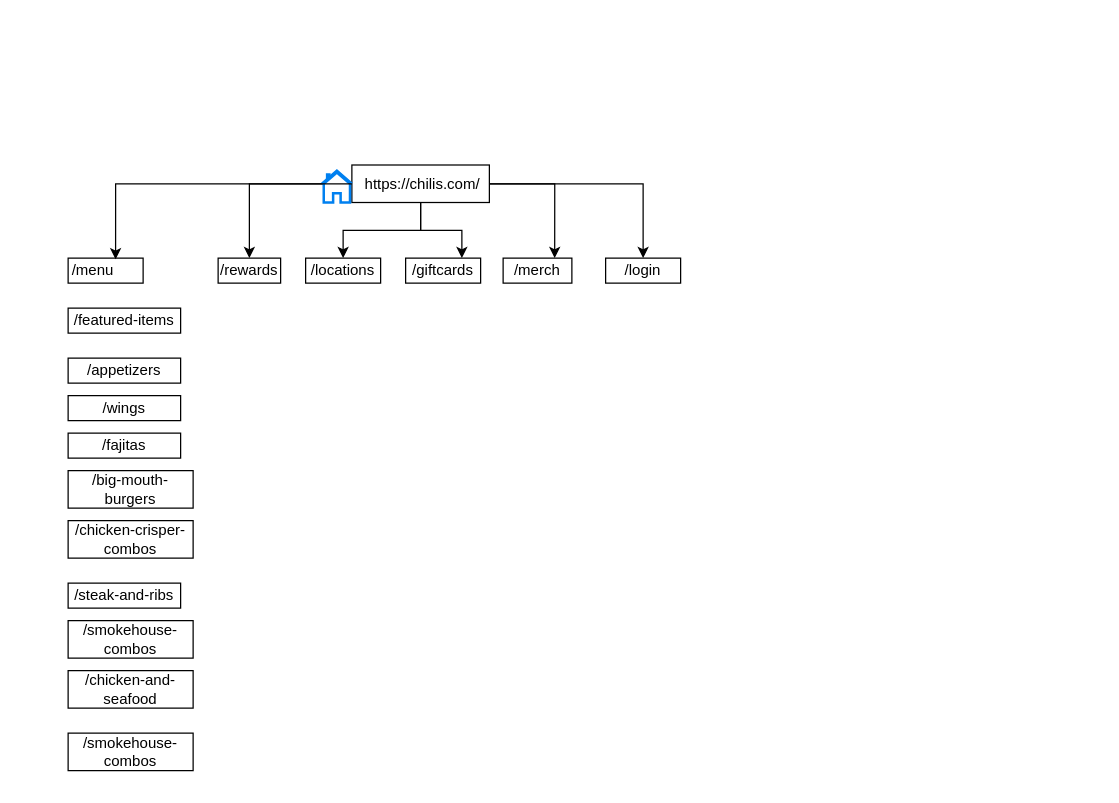
Before: page "McDonald's" (1 of 2) of Chilisitemap.drawio in Pao099/AWS, a draw.io diagram. Source tidied: cells renumbered, new cells numbered last; positions are measured from the earlier drawing's top-left corner, leaving out a move shared by most shapes. Both pictures are drawn from the tidied source at 125%, with x=0, y=0 at pixel (68, 165). Pictures stored in the file or linked from it are replaced by grey dashed boxes.
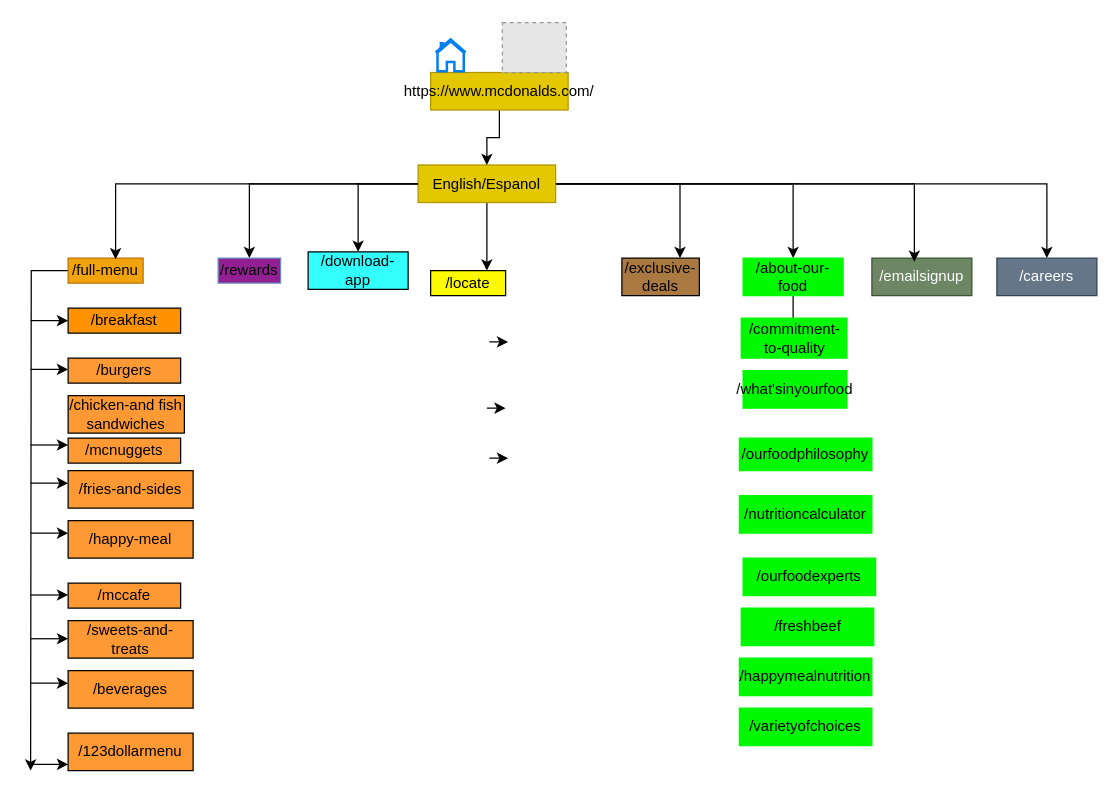
The same page after the edit.

Diff of the diagram source:
```diff
@@
+    <mxCell id="26" style="edgeStyle=orthogonalEdgeStyle;rounded=0;jettySize=auto;html=1;entryX=0.5;entryY=0;entryDx=0;entryDy=0;" parent="1" edge="1" source="7" target="55">
+      <mxGeometry relative="1" as="geometry" />
+    </mxCell>
-    <mxCell id="7" value="&amp;nbsp;https://chilis.com/" style="rounded=0;whiteSpace=wrap;html=1;" parent="1" vertex="1">
-      <mxGeometry x="227" y="-0.5" width="110" height="30" as="geometry" />
+    <mxCell id="7" value="English/Espanol" style="rounded=0;whiteSpace=wrap;html=1;fillColor=#e3c800;fontColor=#000000;strokeColor=#B09500;" parent="1" vertex="1">
+      <mxGeometry x="280" y="-0.5" width="110" height="30" as="geometry" />
     </mxCell>
+    <mxCell id="27" style="edgeStyle=orthogonalEdgeStyle;rounded=0;jettySize=auto;html=1;" parent="1" edge="1" source="8" target="31">
+      <mxGeometry relative="1" as="geometry" />
+    </mxCell>
-    <mxCell id="8" value="/login" style="rounded=0;whiteSpace=wrap;html=1;" parent="1" vertex="1">
-      <mxGeometry x="430" y="74" width="60" height="20" as="geometry" />
+    <mxCell id="8" value="/about-our-food" style="rounded=0;whiteSpace=wrap;html=1;fillColor=#00f900;strokeColor=#00f900;" parent="1" vertex="1">
+      <mxGeometry x="540" y="74" width="80" height="30" as="geometry" />
     </mxCell>
-    <mxCell id="9" value="/merch" style="rounded=0;whiteSpace=wrap;html=1;" parent="1" vertex="1">
-      <mxGeometry x="348" y="74" width="55" height="20" as="geometry" />
+    <mxCell id="9" value="/exclusive-deals" style="rounded=0;whiteSpace=wrap;html=1;fillColor=#aa7941;" parent="1" vertex="1">
+      <mxGeometry x="443" y="74" width="62" height="30" as="geometry" />
     </mxCell>
-    <mxCell id="10" value="/giftcards" style="rounded=0;whiteSpace=wrap;html=1;" parent="1" vertex="1">
-      <mxGeometry x="270" y="74" width="60" height="20" as="geometry" />
+    <mxCell id="10" value="/locate" style="rounded=0;whiteSpace=wrap;html=1;fillColor=#fefb00;" parent="1" vertex="1">
+      <mxGeometry x="290" y="84" width="60" height="20" as="geometry" />
     </mxCell>
-    <mxCell id="11" value="/locations" style="rounded=0;whiteSpace=wrap;html=1;" parent="1" vertex="1">
-      <mxGeometry x="190" y="74" width="60" height="20" as="geometry" />
+    <mxCell id="11" value="/download-app" style="rounded=0;whiteSpace=wrap;html=1;fillColor=#33FFFF;" parent="1" vertex="1">
+      <mxGeometry x="192" y="69" width="80" height="30" as="geometry" />
     </mxCell>
-    <mxCell id="12" value="/rewards" style="rounded=0;whiteSpace=wrap;html=1;" parent="1" vertex="1">
+    <mxCell id="12" value="/rewards" style="rounded=0;whiteSpace=wrap;html=1;fillColor=#932092;strokeColor=#6c8ebf;" parent="1" vertex="1">
       <mxGeometry x="120" y="74" width="50" height="20" as="geometry" />
     </mxCell>
+    <mxCell id="28" style="edgeStyle=orthogonalEdgeStyle;rounded=0;jettySize=auto;html=1;" parent="1" edge="1" source="13">
+      <mxGeometry relative="1" as="geometry">
+        <mxPoint x="-30" y="484" as="targetPoint" />
+      </mxGeometry>
+    </mxCell>
-    <mxCell id="13" value="/menu&lt;span style=&quot;white-space: pre;&quot;&gt;&#9;&lt;/span&gt;" style="rounded=0;whiteSpace=wrap;html=1;" parent="1" vertex="1">
+    <mxCell id="13" value="/full-menu" style="rounded=0;whiteSpace=wrap;html=1;fillColor=#f0a30a;fontColor=#000000;strokeColor=#BD7000;" parent="1" vertex="1">
       <mxGeometry y="74" width="60" height="20" as="geometry" />
     </mxCell>
-    <mxCell id="14" value="/featured-items" style="rounded=0;whiteSpace=wrap;html=1;" parent="1" vertex="1">
+    <mxCell id="14" value="/breakfast" style="rounded=0;whiteSpace=wrap;html=1;fillColor=#ff9200;" parent="1" vertex="1">
       <mxGeometry y="114" width="90" height="20" as="geometry" />
     </mxCell>
-    <mxCell id="15" style="html=1;verticalLabelPosition=bottom;align=center;labelBackgroundColor=#ffffff;verticalAlign=top;strokeWidth=2;strokeColor=#0080F0;shadow=0;dashed=0;shape=mxgraph.ios7.icons.home;" parent="1" vertex="1">
-      <mxGeometry x="203" y="4" width="24" height="25.5" as="geometry" />
-    </mxCell>
-    <mxCell id="16" value="/fajitas" style="rounded=0;whiteSpace=wrap;html=1;" parent="1" vertex="1">
-      <mxGeometry y="214" width="90" height="20" as="geometry" />
+    <mxCell id="16" value="/mcnuggets" style="rounded=0;whiteSpace=wrap;html=1;fillColor=#FF9933;" parent="1" vertex="1">
+      <mxGeometry y="218" width="90" height="20" as="geometry" />
     </mxCell>
-    <mxCell id="17" value="/appetizers" style="rounded=0;whiteSpace=wrap;html=1;" parent="1" vertex="1">
+    <mxCell id="17" value="/burgers" style="rounded=0;whiteSpace=wrap;html=1;fillColor=#FF9933;" parent="1" vertex="1">
       <mxGeometry y="154" width="90" height="20" as="geometry" />
     </mxCell>
-    <mxCell id="18" value="/wings" style="rounded=0;whiteSpace=wrap;html=1;" parent="1" vertex="1">
-      <mxGeometry y="184" width="90" height="20" as="geometry" />
+    <mxCell id="18" value="/chicken-and fish sandwiches" style="rounded=0;whiteSpace=wrap;html=1;fillColor=#FF9933;" parent="1" vertex="1">
+      <mxGeometry y="184" width="93" height="30" as="geometry" />
     </mxCell>
-    <mxCell id="19" value="/smokehouse-combos" style="rounded=0;whiteSpace=wrap;html=1;" parent="1" vertex="1">
+    <mxCell id="19" value="/sweets-and-treats" style="rounded=0;whiteSpace=wrap;html=1;fillColor=#FF9933;" parent="1" vertex="1">
       <mxGeometry y="364" width="100" height="30" as="geometry" />
     </mxCell>
-    <mxCell id="20" value="/big-mouth-burgers" style="rounded=0;whiteSpace=wrap;html=1;" parent="1" vertex="1">
+    <mxCell id="20" value="/fries-and-sides" style="rounded=0;whiteSpace=wrap;html=1;fillColor=#FF9933;" parent="1" vertex="1">
       <mxGeometry y="244" width="100" height="30" as="geometry" />
     </mxCell>
-    <mxCell id="21" value="/steak-and-ribs" style="rounded=0;whiteSpace=wrap;html=1;" parent="1" vertex="1">
+    <mxCell id="21" value="/mccafe" style="rounded=0;whiteSpace=wrap;html=1;fillColor=#FF9933;" parent="1" vertex="1">
       <mxGeometry y="334" width="90" height="20" as="geometry" />
     </mxCell>
-    <mxCell id="22" value="/chicken-crisper-combos" style="rounded=0;whiteSpace=wrap;html=1;" parent="1" vertex="1">
+    <mxCell id="22" value="/happy-meal" style="rounded=0;whiteSpace=wrap;html=1;fillColor=#FF9933;" parent="1" vertex="1">
       <mxGeometry y="284" width="100" height="30" as="geometry" />
     </mxCell>
-    <mxCell id="23" value="/chicken-and-seafood" style="rounded=0;whiteSpace=wrap;html=1;" parent="1" vertex="1">
+    <mxCell id="23" value="/beverages" style="rounded=0;whiteSpace=wrap;html=1;fillColor=#FF9933;" parent="1" vertex="1">
       <mxGeometry y="404" width="100" height="30" as="geometry" />
     </mxCell>
-    <mxCell id="24" value="/smokehouse-combos" style="rounded=0;whiteSpace=wrap;html=1;" parent="1" vertex="1">
+    <mxCell id="24" value="/123dollarmenu" style="rounded=0;whiteSpace=wrap;html=1;fillColor=#FF9933;" parent="1" vertex="1">
       <mxGeometry y="454" width="100" height="30" as="geometry" />
     </mxCell>
@@
+    <mxCell id="29" style="edgeStyle=orthogonalEdgeStyle;rounded=0;orthogonalLoop=1;jettySize=auto;html=1;exitX=0.5;exitY=1;exitDx=0;exitDy=0;" parent="1" edge="1">
+      <mxGeometry relative="1" as="geometry">
+        <mxPoint x="158.5" y="174" as="sourcePoint" />
+        <mxPoint x="158.5" y="174" as="targetPoint" />
+      </mxGeometry>
+    </mxCell>
+    <mxCell id="30" value="/what'sinyourfood" style="whiteSpace=wrap;html=1;strokeColor=#00f900;fillColor=#00f900;" parent="1" vertex="1">
+      <mxGeometry x="540" y="164" width="83" height="30" as="geometry" />
+    </mxCell>
+    <mxCell id="31" value="/commitment-to-quality" style="whiteSpace=wrap;html=1;strokeColor=#00f900;fillColor=#00f900;" parent="1" vertex="1">
+      <mxGeometry x="538.5" y="122" width="84.5" height="32" as="geometry" />
+    </mxCell>
+    <mxCell id="32" style="endArrow=classic;html=1;rounded=0;" parent="1" edge="1">
+      <mxGeometry relative="1" as="geometry">
+        <mxPoint x="-30" y="124" as="sourcePoint" />
+        <mxPoint y="124" as="targetPoint" />
+      </mxGeometry>
+    </mxCell>
+    <mxCell id="33" style="endArrow=classic;html=1;rounded=0;" parent="1" edge="1">
+      <mxGeometry relative="1" as="geometry">
+        <mxPoint x="-30" y="163" as="sourcePoint" />
+        <mxPoint y="163" as="targetPoint" />
+      </mxGeometry>
+    </mxCell>
+    <mxCell id="34" style="endArrow=classic;html=1;rounded=0;" parent="1" edge="1">
+      <mxGeometry relative="1" as="geometry">
+        <mxPoint x="-30" y="223.5" as="sourcePoint" />
+        <mxPoint y="223.5" as="targetPoint" />
+      </mxGeometry>
+    </mxCell>
+    <mxCell id="35" style="endArrow=classic;html=1;rounded=0;" parent="1" edge="1">
+      <mxGeometry relative="1" as="geometry">
+        <mxPoint x="-30" y="254" as="sourcePoint" />
+        <mxPoint y="254" as="targetPoint" />
+      </mxGeometry>
+    </mxCell>
+    <mxCell id="36" style="endArrow=classic;html=1;rounded=0;" parent="1" edge="1">
+      <mxGeometry relative="1" as="geometry">
+        <mxPoint x="-30" y="294" as="sourcePoint" />
+        <mxPoint y="294" as="targetPoint" />
+      </mxGeometry>
+    </mxCell>
+    <mxCell id="37" style="endArrow=classic;html=1;rounded=0;" parent="1" edge="1">
+      <mxGeometry relative="1" as="geometry">
+        <mxPoint x="-30" y="343.5" as="sourcePoint" />
+        <mxPoint y="343.5" as="targetPoint" />
+      </mxGeometry>
+    </mxCell>
+    <mxCell id="38" style="endArrow=classic;html=1;rounded=0;" parent="1" edge="1">
+      <mxGeometry relative="1" as="geometry">
+        <mxPoint x="-30" y="414" as="sourcePoint" />
+        <mxPoint y="414" as="targetPoint" />
+      </mxGeometry>
+    </mxCell>
+    <mxCell id="39" style="endArrow=classic;html=1;rounded=0;" parent="1" edge="1">
+      <mxGeometry relative="1" as="geometry">
+        <mxPoint x="-30" y="378.5" as="sourcePoint" />
+        <mxPoint y="378.5" as="targetPoint" />
+      </mxGeometry>
+    </mxCell>
+    <mxCell id="40" style="endArrow=classic;html=1;rounded=0;" parent="1" edge="1">
+      <mxGeometry relative="1" as="geometry">
+        <mxPoint x="-30" y="479" as="sourcePoint" />
+        <mxPoint y="479" as="targetPoint" />
+      </mxGeometry>
+    </mxCell>
+    <mxCell id="41" style="endArrow=classic;html=1;rounded=0;" parent="1" edge="1">
+      <mxGeometry relative="1" as="geometry">
+        <mxPoint x="337" y="141" as="sourcePoint" />
+        <mxPoint x="352" y="141" as="targetPoint" />
+      </mxGeometry>
+    </mxCell>
+    <mxCell id="42" style="endArrow=classic;html=1;rounded=0;" parent="1" edge="1">
+      <mxGeometry relative="1" as="geometry">
+        <mxPoint x="335" y="194" as="sourcePoint" />
+        <mxPoint x="350" y="194" as="targetPoint" />
+      </mxGeometry>
+    </mxCell>
+    <mxCell id="43" style="endArrow=classic;html=1;rounded=0;" parent="1" edge="1">
+      <mxGeometry relative="1" as="geometry">
+        <mxPoint x="337" y="234" as="sourcePoint" />
+        <mxPoint x="352" y="234" as="targetPoint" />
+      </mxGeometry>
+    </mxCell>
+    <mxCell id="44" value="/nutritioncalculator" style="whiteSpace=wrap;html=1;strokeColor=#00f900;fillColor=#00f900;" parent="1" vertex="1">
+      <mxGeometry x="537" y="264" width="106" height="30" as="geometry" />
+    </mxCell>
+    <mxCell id="45" value="/ourfoodphilosophy" style="whiteSpace=wrap;html=1;strokeColor=#00f900;fillColor=#00f900;" parent="1" vertex="1">
+      <mxGeometry x="537" y="218" width="106" height="26" as="geometry" />
+    </mxCell>
+    <mxCell id="46" value="/freshbeef" style="whiteSpace=wrap;html=1;strokeColor=#00f900;fillColor=#00f900;" parent="1" vertex="1">
+      <mxGeometry x="538.5" y="354" width="106" height="30" as="geometry" />
+    </mxCell>
+    <mxCell id="47" value="/ourfoodexperts" style="whiteSpace=wrap;html=1;strokeColor=#00f900;fillColor=#00f900;" parent="1" vertex="1">
+      <mxGeometry x="540" y="314" width="106" height="30" as="geometry" />
+    </mxCell>
+    <mxCell id="48" value="/happymealnutrition" style="whiteSpace=wrap;html=1;strokeColor=#00f900;fillColor=#00f900;" parent="1" vertex="1">
+      <mxGeometry x="537" y="394" width="106" height="30" as="geometry" />
+    </mxCell>
+    <mxCell id="49" value="/varietyofchoices" style="whiteSpace=wrap;html=1;strokeColor=#00f900;fillColor=#00f900;" parent="1" vertex="1">
+      <mxGeometry x="537" y="434" width="106" height="30" as="geometry" />
+    </mxCell>
+    <mxCell id="50" style="edgeStyle=orthogonalEdgeStyle;rounded=0;jettySize=auto;html=1;" parent="1" edge="1" source="51" target="7">
+      <mxGeometry relative="1" as="geometry" />
+    </mxCell>
+    <mxCell id="51" value="https://www.mcdonalds.com/" style="rounded=0;whiteSpace=wrap;html=1;fillColor=#e3c800;fontColor=#000000;strokeColor=#B09500;" parent="1" vertex="1">
+      <mxGeometry x="290" y="-74.5" width="110" height="30" as="geometry" />
+    </mxCell>
+    <mxCell id="52" style="html=1;verticalLabelPosition=bottom;align=center;labelBackgroundColor=#ffffff;verticalAlign=top;strokeWidth=2;strokeColor=#0080F0;shadow=0;dashed=0;shape=mxgraph.ios7.icons.home;" parent="1" vertex="1">
+      <mxGeometry x="294" y="-101" width="24" height="25.5" as="geometry" />
+    </mxCell>
+    <mxCell id="53" style="fillColor=#E6E6E6;strokeColor=#999999;dashed=1;verticalLabelPosition=bottom;labelBackgroundColor=default;verticalAlign=top;" parent="1" vertex="1">
+      <mxGeometry x="347.4" y="-114.5" width="51.2" height="40" as="geometry" />
+    </mxCell>
+    <mxCell id="54" value="/emailsignup" style="rounded=0;whiteSpace=wrap;html=1;fillColor=#6d8764;strokeColor=#3A5431;fontColor=#ffffff;" parent="1" vertex="1">
+      <mxGeometry x="643" y="74" width="80" height="30" as="geometry" />
+    </mxCell>
+    <mxCell id="55" value="/careers" style="rounded=0;whiteSpace=wrap;html=1;fillColor=#647687;strokeColor=#314354;fontColor=#ffffff;" parent="1" vertex="1">
+      <mxGeometry x="743" y="74" width="80" height="30" as="geometry" />
+    </mxCell>
+    <mxCell id="56" style="edgeStyle=orthogonalEdgeStyle;rounded=0;jettySize=auto;html=1;entryX=0.425;entryY=0.1;entryDx=0;entryDy=0;entryPerimeter=0;" parent="1" edge="1" source="7" target="54">
+      <mxGeometry relative="1" as="geometry" />
+    </mxCell>
```
